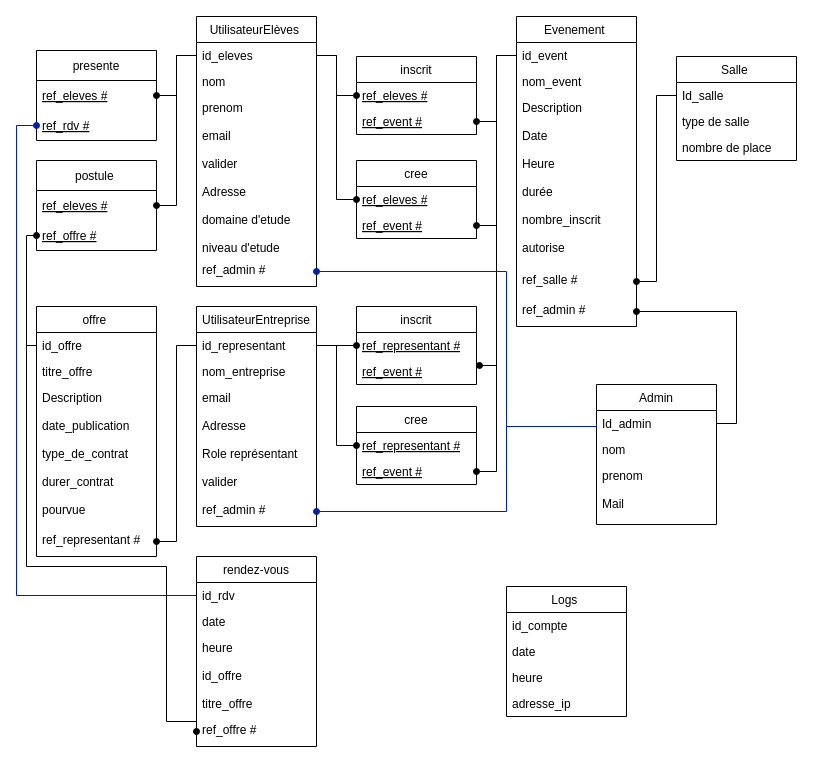
Earlier version of the draw.io diagram basse de données/mld lprs.drawio (ArnaudLouisy/Projet_lprs). Source tidied: cells renumbered, new cells numbered last; positions are measured from the earlier drawing's top-left corner, leaving out a move shared by most shapes. Both pictures are drawn from the tidied source at 100%, with x=0, y=0 at pixel (26, 16).
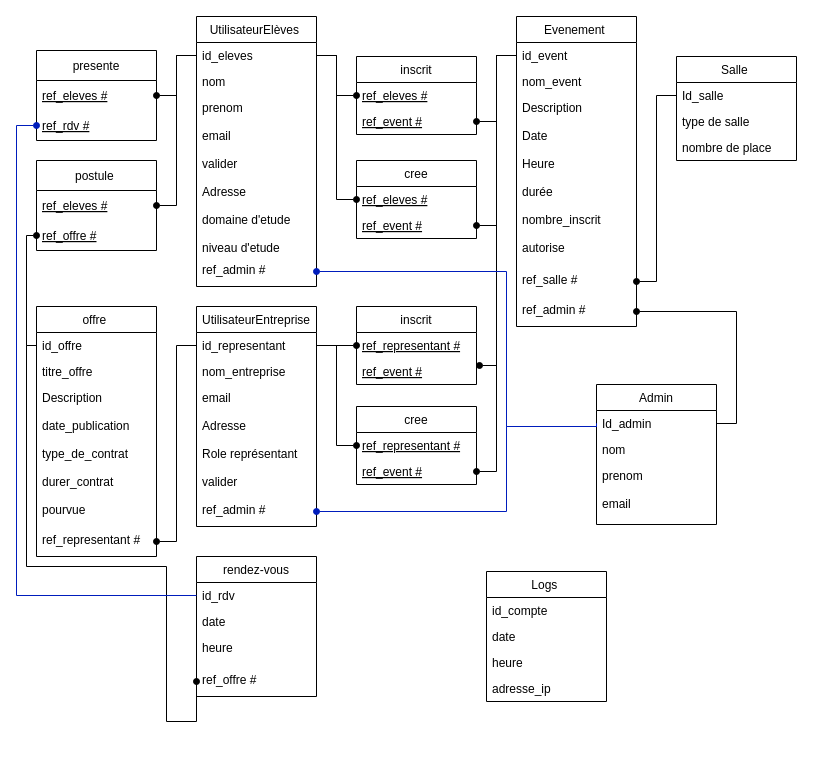
The same page after the edit.

Commit message (it also covers changes not shown here):
add : ajout du mdp et modification du Mld

The change refers to these unchanged cells:
```xml
<mxCell id="65" value="Admin" style="swimlane;fontStyle=0;horizontal=1;startSize=26;fillColor=none;" parent="1" vertex="1">
  <mxGeometry x="570" y="368" width="120" height="140" as="geometry" />
</mxCell>
```

Change to the diagram source:
```diff
@@
     <mxCell id="54" value="rendez-vous" style="swimlane;fontStyle=0;horizontal=1;startSize=26;fillColor=none;" parent="1" vertex="1">
-      <mxGeometry x="170" y="540" width="120" height="190" as="geometry" />
+      <mxGeometry x="170" y="540" width="120" height="140" as="geometry" />
     </mxCell>
@@
-    <mxCell id="57" value="heure &#10;&#10;id_offre &#10;&#10;titre_offre " style="text;strokeColor=none;fillColor=none;align=left;verticalAlign=top;spacingLeft=4;spacingRight=4;overflow=hidden;" parent="54" vertex="1">
-      <mxGeometry y="78" width="120" height="82" as="geometry" />
+    <mxCell id="57" value="heure &#10;&#10;" style="text;strokeColor=none;fillColor=none;align=left;verticalAlign=top;spacingLeft=4;spacingRight=4;overflow=hidden;" parent="54" vertex="1">
+      <mxGeometry y="78" width="120" height="32" as="geometry" />
     </mxCell>
     <mxCell id="58" value="ref_offre #" style="text;strokeColor=none;fillColor=none;align=left;verticalAlign=top;spacingLeft=4;spacingRight=4;overflow=hidden;points=[[0,0.5],[1,0.5]];portConstraint=eastwest;" parent="54" vertex="1">
-      <mxGeometry y="160" width="120" height="30" as="geometry" />
+      <mxGeometry y="110" width="120" height="30" as="geometry" />
     </mxCell>
@@
-    <mxCell id="68" value="prenom&#10;&#10;Mail" style="text;strokeColor=none;fillColor=none;align=left;verticalAlign=top;spacingLeft=4;spacingRight=4;overflow=hidden;" parent="65" vertex="1">
+    <mxCell id="68" value="prenom&#10;&#10;email" style="text;strokeColor=none;fillColor=none;align=left;verticalAlign=top;spacingLeft=4;spacingRight=4;overflow=hidden;" parent="65" vertex="1">
       <mxGeometry y="78" width="120" height="62" as="geometry" />
     </mxCell>
@@
     <mxCell id="72" value="Logs " style="swimlane;fontStyle=0;horizontal=1;startSize=26;fillColor=none;" parent="1" vertex="1">
-      <mxGeometry x="480" y="570" width="120" height="130" as="geometry" />
+      <mxGeometry x="460" y="555" width="120" height="130" as="geometry" />
     </mxCell>
```
